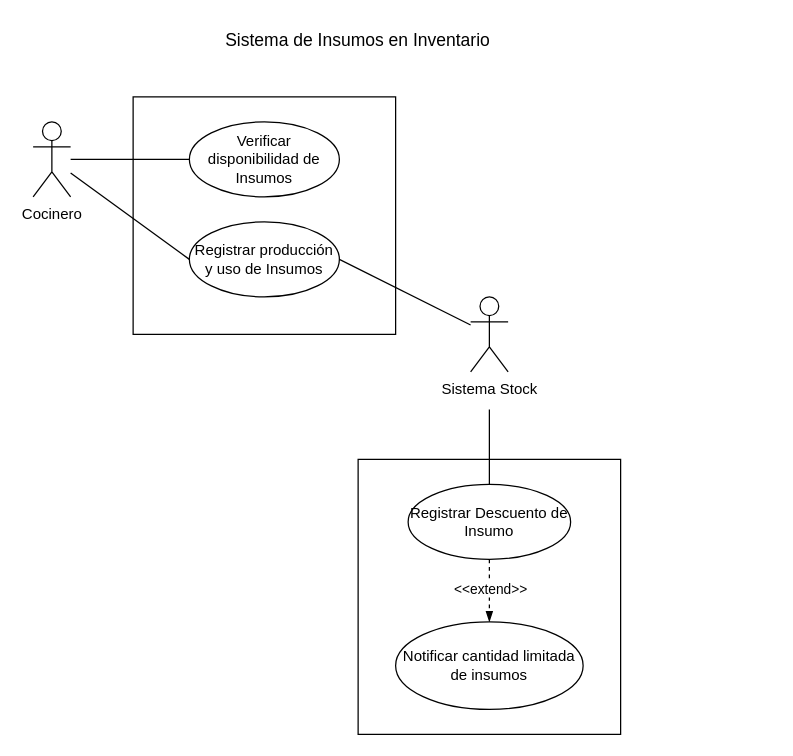
This is Diagramas_Caso_de_Uso/Diagrama de casos de Uso (descuento de Insumo).drawio from jorgeortizcastillo2020-hue/MSI_JJ_PARADIGMA4-1_IEC_N2_C1, a draw.io file, before an edit. Source tidied: cells renumbered, new cells numbered last; positions are measured from the earlier drawing's top-left corner, leaving out a move shared by most shapes. Both pictures are drawn from the tidied source at 125%, with x=0, y=0 at pixel (32, 21).
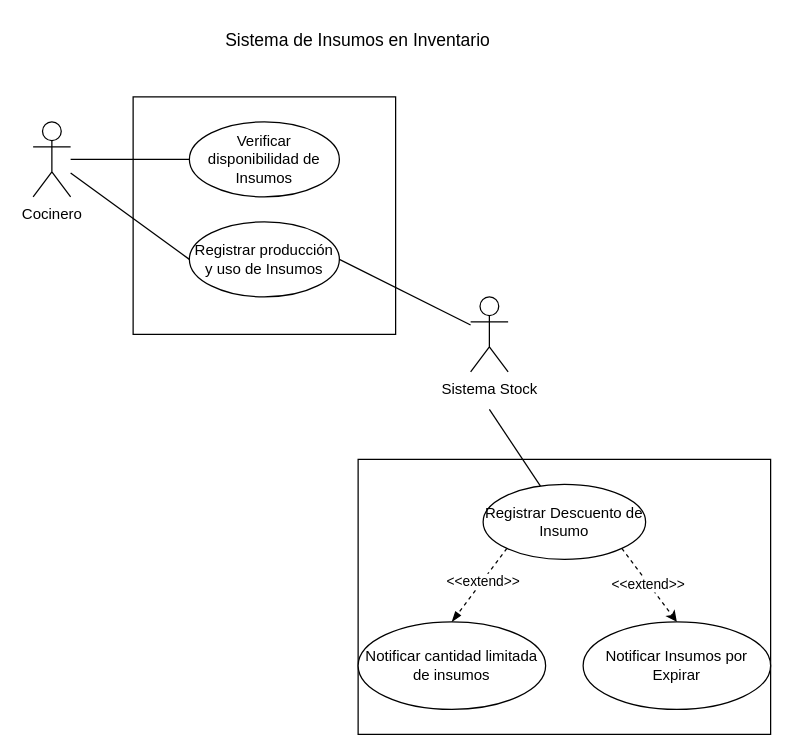
After the change.

The edit, as a diff of the source:
```diff
@@
     <mxCell id="2" style="rounded=0;whiteSpace=wrap;html=1;" parent="1" vertex="1">
-      <mxGeometry x="260" y="350" width="210" height="220" as="geometry" />
+      <mxGeometry x="260" y="350" width="330" height="220" as="geometry" />
     </mxCell>
@@
-    <mxCell id="11" style="rounded=0;orthogonalLoop=1;jettySize=auto;html=1;exitX=0.5;exitY=1;exitDx=0;exitDy=0;entryX=0.5;entryY=0;entryDx=0;entryDy=0;defaultLabelBackgroundColor=page;endArrow=blockThin;endFill=1;dashed=1;" parent="1" edge="1">
-      <mxGeometry relative="1" as="geometry">
-        <mxPoint x="365" y="430" as="sourcePoint" />
-        <mxPoint x="365" y="480" as="targetPoint" />
-      </mxGeometry>
+    <mxCell id="11" style="rounded=0;jettySize=auto;html=1;exitX=0;exitY=1;exitDx=0;exitDy=0;entryX=0.5;entryY=0;entryDx=0;entryDy=0;defaultLabelBackgroundColor=page;endArrow=blockThin;endFill=1;dashed=1;" parent="1" edge="1" source="13" target="14">
+      <mxGeometry relative="1" as="geometry" />
     </mxCell>
@@
+    <mxCell id="17" style="rounded=0;jettySize=auto;html=1;exitX=1;exitY=1;exitDx=0;exitDy=0;entryX=0.5;entryY=0;entryDx=0;entryDy=0;defaultLabelBackgroundColor=page;labelPadding=0 4;startArrow=none;startFill=0;endArrow=classic;endFill=1;dashed=1;" parent="1" edge="1" source="13" target="19">
+      <mxGeometry relative="1" as="geometry" />
+    </mxCell>
+    <mxCell id="18" value="&amp;lt;&amp;lt;extend&amp;gt;&amp;gt;" style="edgeLabel;html=1;align=center;verticalAlign=middle;inheritText=1;defaultLabelBackgroundColor=page;labelPadding=0 4;" parent="17" vertex="1">
+      <mxGeometry x="-0.06" y="-1" relative="1" as="geometry" />
+    </mxCell>
     <mxCell id="13" value="Registrar Descuento de Insumo" style="ellipse;whiteSpace=wrap;html=1;shapeInside=1;" parent="1" vertex="1">
-      <mxGeometry x="300" y="370" width="130" height="60" as="geometry" />
+      <mxGeometry x="360" y="370" width="130" height="60" as="geometry" />
     </mxCell>
     <mxCell id="14" value="Notificar cantidad limitada de insumos" style="ellipse;whiteSpace=wrap;html=1;shapeInside=1;" parent="1" vertex="1">
-      <mxGeometry x="290" y="480" width="150" height="70" as="geometry" />
+      <mxGeometry x="260" y="480" width="150" height="70" as="geometry" />
     </mxCell>
@@
+    <mxCell id="19" value="Notificar Insumos por Expirar" style="ellipse;whiteSpace=wrap;html=1;shapeInside=1;" parent="1" vertex="1">
+      <mxGeometry x="440" y="480" width="150" height="70" as="geometry" />
+    </mxCell>
```
